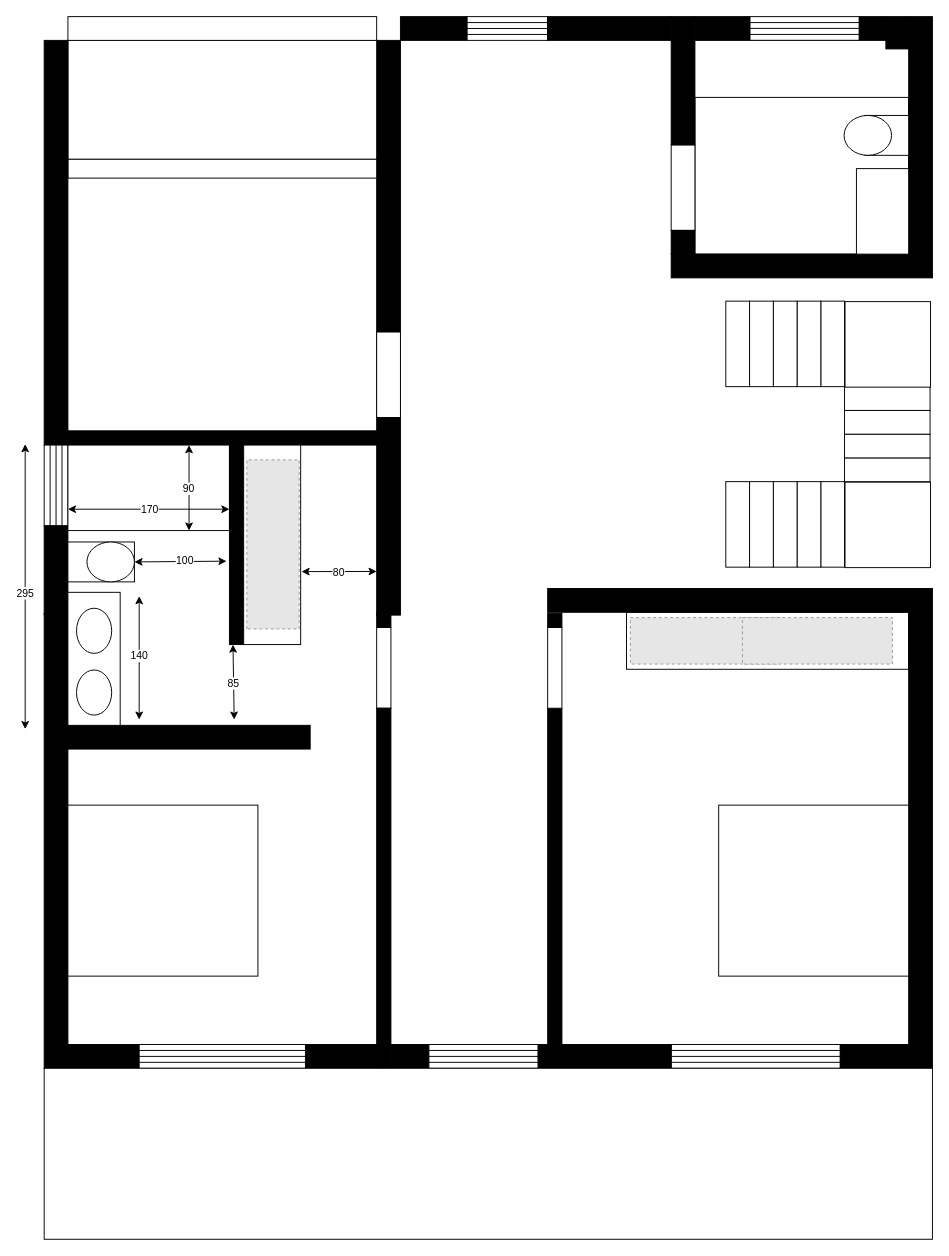
The draw.io diagram page "第 11 页" (11 of 12) of gushan.drawio in huangshijie/Drawio, before the edit. Source tidied: cells renumbered, new cells numbered last; positions are measured from the earlier drawing's top-left corner, leaving out a move shared by most shapes. Both pictures are drawn from the tidied source at 95%, with x=0, y=0 at pixel (25, 16). Pictures stored in the file or linked from it are replaced by grey dashed boxes.
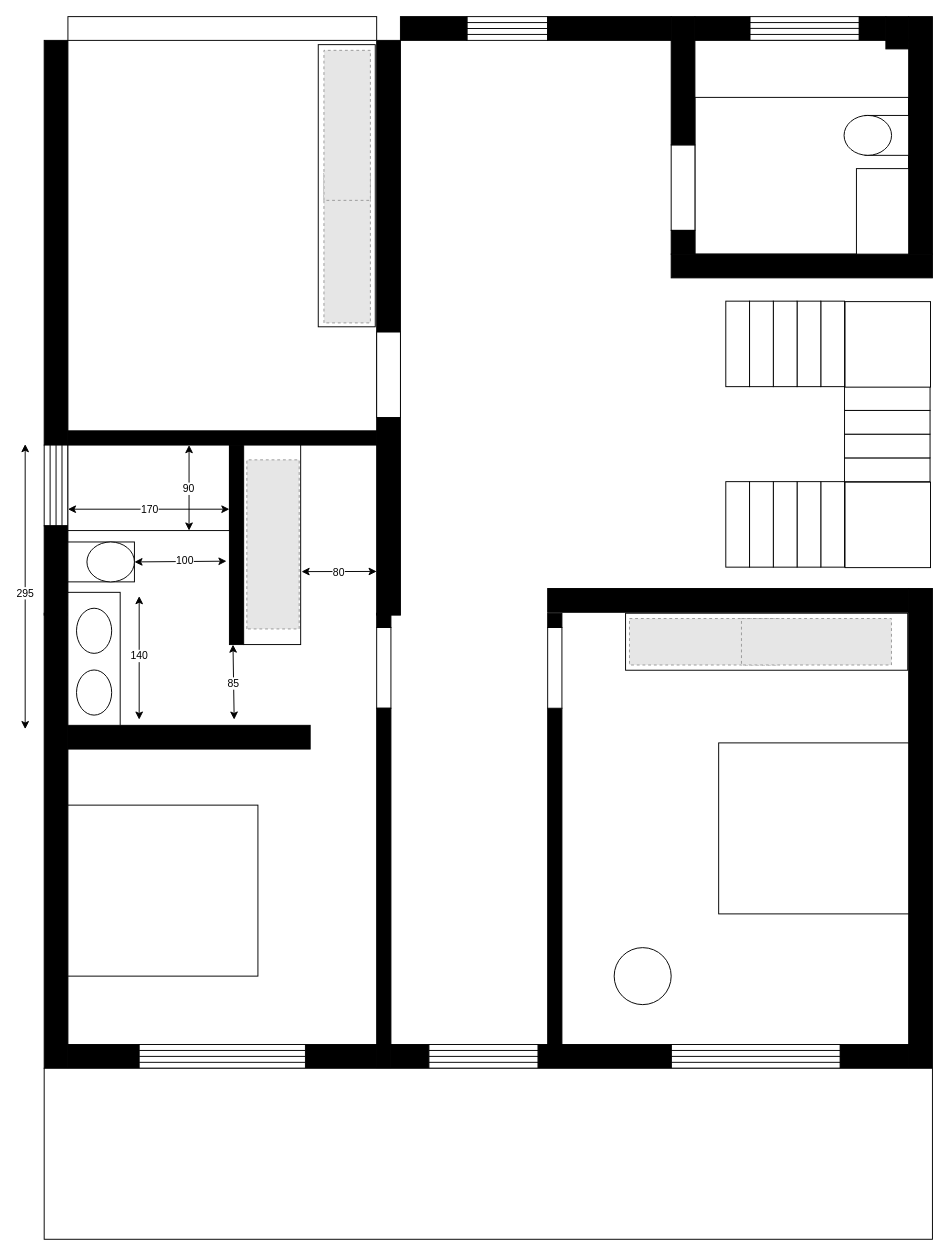
After the change.

Diff of the diagram source:
```diff
@@
-    <mxCell id="3" style="rounded=0;whiteSpace=wrap;html=1;" parent="1" vertex="1">
-      <mxGeometry x="633" y="627" width="297" height="60" as="geometry" />
-    </mxCell>
@@
-    <mxCell id="23" style="rounded=0;whiteSpace=wrap;html=1;" parent="1" vertex="1">
-      <mxGeometry x="45" y="150" width="325" height="20" as="geometry" />
-    </mxCell>
-    <mxCell id="24" style="rounded=0;whiteSpace=wrap;html=1;" parent="1" vertex="1">
-      <mxGeometry x="45" y="25" width="325" height="125" as="geometry" />
-    </mxCell>
@@
     <mxCell id="84" style="rounded=0;whiteSpace=wrap;html=1;" parent="1" vertex="1">
-      <mxGeometry x="730" y="830" width="200" height="180" as="geometry" />
+      <mxGeometry x="730" y="764.5" width="200" height="180" as="geometry" />
     </mxCell>
@@
-    <mxCell id="93" style="fillColor=#E6E6E6;strokeColor=#999999;dashed=1;verticalLabelPosition=bottom;labelBackgroundColor=default;verticalAlign=top;rotation=0;" parent="1" vertex="1">
-      <mxGeometry x="637.1" y="632.6" width="157.9" height="48.9" as="geometry" />
-    </mxCell>
-    <mxCell id="94" style="fillColor=#E6E6E6;strokeColor=#999999;dashed=1;verticalLabelPosition=bottom;labelBackgroundColor=default;verticalAlign=top;rotation=0;" parent="1" vertex="1">
-      <mxGeometry x="755" y="632.6" width="157.9" height="48.9" as="geometry" />
-    </mxCell>
@@
+    <mxCell id="109" style="group;" parent="1" vertex="1">
+      <mxGeometry x="632" y="628" width="297" height="60" as="geometry" />
+    </mxCell>
+    <mxCell id="3" style="rounded=0;whiteSpace=wrap;html=1;" parent="109" vertex="1">
+      <mxGeometry width="297" height="60" as="geometry" />
+    </mxCell>
+    <mxCell id="93" style="fillColor=#E6E6E6;strokeColor=#999999;dashed=1;verticalLabelPosition=bottom;labelBackgroundColor=default;verticalAlign=top;rotation=0;" parent="109" vertex="1">
+      <mxGeometry x="4.1" y="5.6" width="157.9" height="48.9" as="geometry" />
+    </mxCell>
+    <mxCell id="94" style="fillColor=#E6E6E6;strokeColor=#999999;dashed=1;verticalLabelPosition=bottom;labelBackgroundColor=default;verticalAlign=top;rotation=0;" parent="109" vertex="1">
+      <mxGeometry x="122" y="5.6" width="157.9" height="48.9" as="geometry" />
+    </mxCell>
+    <mxCell id="110" style="group;rotation=-90;" parent="1" vertex="1">
+      <mxGeometry x="190" y="148" width="297" height="60" as="geometry" />
+    </mxCell>
+    <mxCell id="111" style="rounded=0;whiteSpace=wrap;html=1;rotation=-90;" parent="110" vertex="1">
+      <mxGeometry width="297" height="60" as="geometry" />
+    </mxCell>
+    <mxCell id="112" style="fillColor=#E6E6E6;strokeColor=#999999;dashed=1;verticalLabelPosition=bottom;labelBackgroundColor=default;verticalAlign=top;rotation=-90;" parent="110" vertex="1">
+      <mxGeometry x="70" y="71" width="157.9" height="48.9" as="geometry" />
+    </mxCell>
+    <mxCell id="113" style="fillColor=#E6E6E6;strokeColor=#999999;dashed=1;verticalLabelPosition=bottom;labelBackgroundColor=default;verticalAlign=top;rotation=-90;" parent="110" vertex="1">
+      <mxGeometry x="70" y="-58" width="157.9" height="48.9" as="geometry" />
+    </mxCell>
+    <mxCell id="114" style="ellipse;whiteSpace=wrap;html=1;" parent="1" vertex="1">
+      <mxGeometry x="620" y="980" width="60" height="60" as="geometry" />
+    </mxCell>
```
